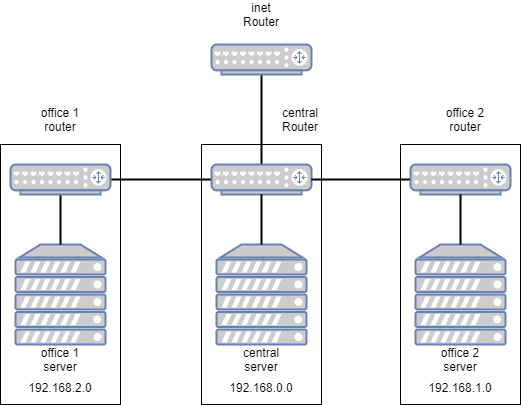
Earlier version of the draw.io export lab 1/Schema.png (AlexNik11/TCP_IP_MAI_Labs). Source tidied: cells renumbered, new cells last; positions are measured from the earlier drawing's top-left corner, leaving out a move shared by most shapes.
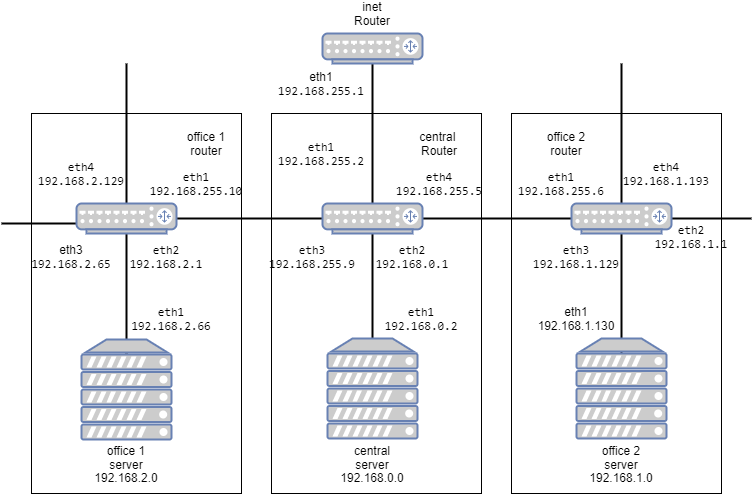
Later version of the same file.

The edit, as a diff of the source:
```diff
@@ -2,83 +2,143 @@
   <root>
     <mxCell id="0" />
     <mxCell id="1" parent="0" />
+    <mxCell id="3" style="rounded=0;whiteSpace=wrap;html=1;" parent="1" vertex="1">
+      <mxGeometry x="400" y="70" width="210" height="380" as="geometry" />
+    </mxCell>
+    <mxCell id="28" style="line;strokeWidth=2;html=1;" parent="1" vertex="1">
+      <mxGeometry x="540" y="170" width="100" height="10" as="geometry" />
+    </mxCell>
     <mxCell id="2" style="rounded=0;whiteSpace=wrap;html=1;" parent="1" vertex="1">
-      <mxGeometry x="201" y="140" width="120" height="260" as="geometry" />
+      <mxGeometry x="160" y="70" width="210" height="380" as="geometry" />
     </mxCell>
-    <mxCell id="3" style="rounded=0;whiteSpace=wrap;html=1;" parent="1" vertex="1">
-      <mxGeometry x="400" y="140" width="120" height="260" as="geometry" />
-    </mxCell>
     <mxCell id="4" style="rounded=0;whiteSpace=wrap;html=1;" parent="1" vertex="1">
-      <mxGeometry y="140" width="120" height="260" as="geometry" />
+      <mxGeometry x="-80" y="70" width="210" height="380" as="geometry" />
     </mxCell>
     <mxCell id="5" style="line;strokeWidth=2;direction=south;html=1;" parent="1" vertex="1">
-      <mxGeometry x="256" y="70" width="10" height="90" as="geometry" />
+      <mxGeometry x="256" y="20" width="10" height="140" as="geometry" />
     </mxCell>
-    <mxCell id="6" style="fontColor=#0066CC;verticalAlign=top;verticalLabelPosition=bottom;labelPosition=center;align=center;html=1;fillColor=#CCCCCC;strokeColor=#6881B3;gradientColor=none;gradientDirection=north;strokeWidth=2;shape=mxgraph.networks.server;" parent="1" vertex="1">
-      <mxGeometry x="15" y="240" width="90" height="100" as="geometry" />
-    </mxCell>
-    <mxCell id="7" style="fontColor=#0066CC;verticalAlign=top;verticalLabelPosition=bottom;labelPosition=center;align=center;html=1;fillColor=#CCCCCC;strokeColor=#6881B3;gradientColor=none;gradientDirection=north;strokeWidth=2;shape=mxgraph.networks.server;" parent="1" vertex="1">
-      <mxGeometry x="216" y="240" width="90" height="100" as="geometry" />
-    </mxCell>
-    <mxCell id="8" style="fontColor=#0066CC;verticalAlign=top;verticalLabelPosition=bottom;labelPosition=center;align=center;html=1;fillColor=#CCCCCC;strokeColor=#6881B3;gradientColor=none;gradientDirection=north;strokeWidth=2;shape=mxgraph.networks.router;" parent="1" vertex="1">
-      <mxGeometry x="211" y="160" width="100" height="30" as="geometry" />
-    </mxCell>
-    <mxCell id="9" style="fontColor=#0066CC;verticalAlign=top;verticalLabelPosition=bottom;labelPosition=center;align=center;html=1;fillColor=#CCCCCC;strokeColor=#6881B3;gradientColor=none;gradientDirection=north;strokeWidth=2;shape=mxgraph.networks.router;" parent="1" vertex="1">
-      <mxGeometry x="211" y="40" width="100" height="30" as="geometry" />
-    </mxCell>
     <mxCell id="10" style="line;strokeWidth=2;direction=south;html=1;" parent="1" vertex="1">
-      <mxGeometry x="55" y="190" width="10" height="50" as="geometry" />
+      <mxGeometry x="10" y="190" width="10" height="120" as="geometry" />
     </mxCell>
     <mxCell id="11" style="line;strokeWidth=2;direction=south;html=1;" parent="1" vertex="1">
-      <mxGeometry x="256" y="190" width="10" height="50" as="geometry" />
+      <mxGeometry x="256" y="190" width="10" height="110" as="geometry" />
     </mxCell>
     <mxCell id="12" style="line;strokeWidth=2;html=1;" parent="1" vertex="1">
-      <mxGeometry x="110" y="170" width="100" height="10" as="geometry" />
+      <mxGeometry x="40" y="170" width="190" height="10" as="geometry" />
     </mxCell>
     <mxCell id="13" style="line;strokeWidth=2;html=1;" parent="1" vertex="1">
-      <mxGeometry x="311" y="170" width="100" height="10" as="geometry" />
+      <mxGeometry x="290" y="170" width="200" height="10" as="geometry" />
     </mxCell>
-    <mxCell id="14" style="fontColor=#0066CC;verticalAlign=top;verticalLabelPosition=bottom;labelPosition=center;align=center;html=1;fillColor=#CCCCCC;strokeColor=#6881B3;gradientColor=none;gradientDirection=north;strokeWidth=2;shape=mxgraph.networks.server;" parent="1" vertex="1">
-      <mxGeometry x="415" y="240" width="90" height="100" as="geometry" />
-    </mxCell>
-    <mxCell id="15" style="fontColor=#0066CC;verticalAlign=top;verticalLabelPosition=bottom;labelPosition=center;align=center;html=1;fillColor=#CCCCCC;strokeColor=#6881B3;gradientColor=none;gradientDirection=north;strokeWidth=2;shape=mxgraph.networks.router;" parent="1" vertex="1">
-      <mxGeometry x="410" y="160" width="100" height="30" as="geometry" />
-    </mxCell>
     <mxCell id="16" style="line;strokeWidth=2;direction=south;html=1;" parent="1" vertex="1">
-      <mxGeometry x="455" y="190" width="10" height="50" as="geometry" />
+      <mxGeometry x="505" y="190" width="10" height="120" as="geometry" />
     </mxCell>
-    <mxCell id="17" style="fontColor=#0066CC;verticalAlign=top;verticalLabelPosition=bottom;labelPosition=center;align=center;html=1;fillColor=#CCCCCC;strokeColor=#6881B3;gradientColor=none;gradientDirection=north;strokeWidth=2;shape=mxgraph.networks.router;" parent="1" vertex="1">
-      <mxGeometry x="10" y="160" width="100" height="30" as="geometry" />
-    </mxCell>
     <mxCell id="18" value="inet Router" style="text;html=1;strokeColor=none;fillColor=none;align=center;verticalAlign=middle;whiteSpace=wrap;rounded=0;" parent="1" vertex="1">
-      <mxGeometry x="241" width="40" height="20" as="geometry" />
+      <mxGeometry x="241" y="-40" width="40" height="20" as="geometry" />
     </mxCell>
     <mxCell id="19" value="office 2 router" style="text;html=1;strokeColor=none;fillColor=none;align=center;verticalAlign=middle;whiteSpace=wrap;rounded=0;" parent="1" vertex="1">
-      <mxGeometry x="440" y="105" width="50" height="20" as="geometry" />
+      <mxGeometry x="430" y="90" width="50" height="20" as="geometry" />
     </mxCell>
-    <mxCell id="20" value="central &lt;br&gt;Router" style="text;html=1;strokeColor=none;fillColor=none;align=center;verticalAlign=middle;whiteSpace=wrap;rounded=0;" parent="1" vertex="1">
-      <mxGeometry x="280" y="105" width="40" height="20" as="geometry" />
-    </mxCell>
     <mxCell id="21" value="office 1 router" style="text;html=1;strokeColor=none;fillColor=none;align=center;verticalAlign=middle;whiteSpace=wrap;rounded=0;" parent="1" vertex="1">
-      <mxGeometry x="35" y="105" width="50" height="20" as="geometry" />
+      <mxGeometry x="70" y="90" width="50" height="20" as="geometry" />
     </mxCell>
     <mxCell id="22" value="office 1 server" style="text;html=1;strokeColor=none;fillColor=none;align=center;verticalAlign=middle;whiteSpace=wrap;rounded=0;" parent="1" vertex="1">
-      <mxGeometry x="35" y="345" width="50" height="20" as="geometry" />
+      <mxGeometry x="-10" y="404" width="50" height="20" as="geometry" />
     </mxCell>
     <mxCell id="23" value="central server" style="text;html=1;strokeColor=none;fillColor=none;align=center;verticalAlign=middle;whiteSpace=wrap;rounded=0;" parent="1" vertex="1">
-      <mxGeometry x="241" y="345" width="40" height="20" as="geometry" />
+      <mxGeometry x="241" y="404" width="40" height="20" as="geometry" />
     </mxCell>
     <mxCell id="24" value="office 2 server" style="text;html=1;strokeColor=none;fillColor=none;align=center;verticalAlign=middle;whiteSpace=wrap;rounded=0;" parent="1" vertex="1">
-      <mxGeometry x="435" y="345" width="50" height="20" as="geometry" />
+      <mxGeometry x="485" y="404" width="50" height="20" as="geometry" />
     </mxCell>
     <mxCell id="25" value="192.168.2.0" style="text;html=1;strokeColor=none;fillColor=none;align=center;verticalAlign=middle;whiteSpace=wrap;rounded=0;" parent="1" vertex="1">
-      <mxGeometry x="40" y="373" width="40" height="20" as="geometry" />
+      <mxGeometry x="-5" y="424" width="40" height="20" as="geometry" />
     </mxCell>
     <mxCell id="26" value="192.168.0.0" style="text;html=1;strokeColor=none;fillColor=none;align=center;verticalAlign=middle;whiteSpace=wrap;rounded=0;" parent="1" vertex="1">
-      <mxGeometry x="241" y="373" width="40" height="20" as="geometry" />
+      <mxGeometry x="241" y="424" width="40" height="20" as="geometry" />
     </mxCell>
     <mxCell id="27" value="192.168.1.0" style="text;html=1;strokeColor=none;fillColor=none;align=center;verticalAlign=middle;whiteSpace=wrap;rounded=0;" parent="1" vertex="1">
-      <mxGeometry x="440" y="373" width="40" height="20" as="geometry" />
+      <mxGeometry x="490" y="424" width="40" height="20" as="geometry" />
     </mxCell>
+    <mxCell id="29" value="eth1&lt;br&gt;&lt;code&gt;192.168.255.1&lt;/code&gt;" style="text;html=1;strokeColor=none;fillColor=none;align=center;verticalAlign=middle;whiteSpace=wrap;rounded=0;" parent="1" vertex="1">
+      <mxGeometry x="190" y="30" width="40" height="20" as="geometry" />
+    </mxCell>
+    <mxCell id="30" value="&lt;code&gt;eth1&lt;br&gt;192.168.2.66&lt;/code&gt;" style="text;html=1;strokeColor=none;fillColor=none;align=center;verticalAlign=middle;whiteSpace=wrap;rounded=0;" parent="1" vertex="1">
+      <mxGeometry x="40" y="265" width="40" height="20" as="geometry" />
+    </mxCell>
+    <mxCell id="31" value="&lt;code&gt;eth4&lt;br&gt;192.168.2.129&lt;/code&gt;" style="text;html=1;strokeColor=none;fillColor=none;align=center;verticalAlign=middle;whiteSpace=wrap;rounded=0;" parent="1" vertex="1">
+      <mxGeometry x="-50" y="120" width="40" height="20" as="geometry" />
+    </mxCell>
+    <mxCell id="32" value="&lt;code&gt;eth2&lt;br&gt;192.168.2.1&lt;/code&gt;" style="text;html=1;strokeColor=none;fillColor=none;align=center;verticalAlign=middle;whiteSpace=wrap;rounded=0;" parent="1" vertex="1">
+      <mxGeometry x="35" y="202.5" width="40" height="20" as="geometry" />
+    </mxCell>
+    <mxCell id="33" value="&lt;code&gt;eth2&lt;br&gt;&lt;code&gt;192.168.0.1&lt;/code&gt;&lt;br&gt;&lt;/code&gt;" style="text;html=1;strokeColor=none;fillColor=none;align=center;verticalAlign=middle;whiteSpace=wrap;rounded=0;" parent="1" vertex="1">
+      <mxGeometry x="281" y="202.5" width="40" height="20" as="geometry" />
+    </mxCell>
+    <mxCell id="34" value="&lt;code&gt;eth1&lt;br&gt;192.168.0.2&lt;/code&gt;" style="text;html=1;strokeColor=none;fillColor=none;align=center;verticalAlign=middle;whiteSpace=wrap;rounded=0;" parent="1" vertex="1">
+      <mxGeometry x="290" y="265" width="40" height="20" as="geometry" />
+    </mxCell>
+    <mxCell id="35" value="&lt;code&gt;&lt;code&gt;eth3&lt;br&gt;&lt;/code&gt;&lt;code&gt;192.168.1.129&lt;/code&gt;&lt;br&gt;&lt;/code&gt;" style="text;html=1;strokeColor=none;fillColor=none;align=center;verticalAlign=middle;whiteSpace=wrap;rounded=0;" parent="1" vertex="1">
+      <mxGeometry x="445" y="202.5" width="40" height="20" as="geometry" />
+    </mxCell>
+    <mxCell id="36" value="eth1&lt;br&gt;192.168.1.130" style="text;html=1;strokeColor=none;fillColor=none;align=center;verticalAlign=middle;whiteSpace=wrap;rounded=0;" parent="1" vertex="1">
+      <mxGeometry x="445" y="265" width="40" height="20" as="geometry" />
+    </mxCell>
+    <mxCell id="37" value="&lt;code&gt;eth3&lt;br&gt;&lt;code&gt;192.168.255.9&lt;/code&gt;&lt;br&gt;&lt;/code&gt;" style="text;html=1;strokeColor=none;fillColor=none;align=center;verticalAlign=middle;whiteSpace=wrap;rounded=0;" parent="1" vertex="1">
+      <mxGeometry x="181" y="202.5" width="40" height="20" as="geometry" />
+    </mxCell>
+    <mxCell id="38" value="&lt;code&gt;eth4&lt;br&gt;&lt;code&gt;192.168.255.5&lt;/code&gt;&lt;br&gt;&lt;/code&gt;" style="text;html=1;strokeColor=none;fillColor=none;align=center;verticalAlign=middle;whiteSpace=wrap;rounded=0;" parent="1" vertex="1">
+      <mxGeometry x="308" y="130" width="40" height="20" as="geometry" />
+    </mxCell>
+    <mxCell id="39" value="&lt;code&gt;eth1&lt;br&gt;192.168.255.2&lt;/code&gt;" style="text;html=1;strokeColor=none;fillColor=none;align=center;verticalAlign=middle;whiteSpace=wrap;rounded=0;" parent="1" vertex="1">
+      <mxGeometry x="190" y="100" width="40" height="20" as="geometry" />
+    </mxCell>
+    <mxCell id="20" value="central &lt;br&gt;Router" style="text;html=1;strokeColor=none;fillColor=none;align=center;verticalAlign=middle;whiteSpace=wrap;rounded=0;" parent="1" vertex="1">
+      <mxGeometry x="301" y="90" width="54" height="20" as="geometry" />
+    </mxCell>
+    <mxCell id="40" style="line;strokeWidth=2;direction=south;html=1;" parent="1" vertex="1">
+      <mxGeometry x="505" y="20" width="10" height="140" as="geometry" />
+    </mxCell>
+    <mxCell id="41" style="line;strokeWidth=2;direction=south;html=1;" parent="1" vertex="1">
+      <mxGeometry x="10" y="20" width="10" height="140" as="geometry" />
+    </mxCell>
+    <mxCell id="42" style="line;strokeWidth=2;html=1;" parent="1" vertex="1">
+      <mxGeometry x="-110" y="175" width="100" height="10" as="geometry" />
+    </mxCell>
+    <mxCell id="43" value="&lt;code&gt;eth1&lt;br&gt;&lt;code&gt;192.168.255.10&lt;/code&gt;&lt;br&gt;&lt;/code&gt;" style="text;html=1;strokeColor=none;fillColor=none;align=center;verticalAlign=middle;whiteSpace=wrap;rounded=0;" parent="1" vertex="1">
+      <mxGeometry x="65" y="130" width="40" height="20" as="geometry" />
+    </mxCell>
+    <mxCell id="44" value="eth3&lt;br&gt;&lt;code&gt;192.168.2.65&lt;/code&gt;" style="text;html=1;strokeColor=none;fillColor=none;align=center;verticalAlign=middle;whiteSpace=wrap;rounded=0;" parent="1" vertex="1">
+      <mxGeometry x="-60" y="202.5" width="40" height="20" as="geometry" />
+    </mxCell>
+    <mxCell id="45" value="&lt;code&gt;&lt;code&gt;eth1&lt;br&gt;192.168.255.6&lt;/code&gt;&lt;br&gt;&lt;/code&gt;" style="text;html=1;strokeColor=none;fillColor=none;align=center;verticalAlign=middle;whiteSpace=wrap;rounded=0;" parent="1" vertex="1">
+      <mxGeometry x="430" y="130" width="40" height="20" as="geometry" />
+    </mxCell>
+    <mxCell id="46" value="&lt;code&gt;eth2&lt;br&gt;192.168.1.1&lt;br&gt;&lt;/code&gt;" style="text;html=1;strokeColor=none;fillColor=none;align=center;verticalAlign=middle;whiteSpace=wrap;rounded=0;" parent="1" vertex="1">
+      <mxGeometry x="560" y="182.5" width="40" height="20" as="geometry" />
+    </mxCell>
+    <mxCell id="47" value="&lt;code&gt;&lt;code&gt;eth4&lt;br&gt;&lt;/code&gt;&lt;code&gt;192.168.1.193&lt;/code&gt;&lt;br&gt;&lt;/code&gt;" style="text;html=1;strokeColor=none;fillColor=none;align=center;verticalAlign=middle;whiteSpace=wrap;rounded=0;" parent="1" vertex="1">
+      <mxGeometry x="535" y="120" width="40" height="20" as="geometry" />
+    </mxCell>
+    <mxCell id="48" style="fontColor=#0066CC;verticalAlign=top;verticalLabelPosition=bottom;labelPosition=center;align=center;html=1;fillColor=#CCCCCC;strokeColor=#6881B3;gradientColor=none;gradientDirection=north;strokeWidth=2;shape=mxgraph.networks.router;" parent="1" vertex="1">
+      <mxGeometry x="211" y="-10" width="100" height="30" as="geometry" />
+    </mxCell>
+    <mxCell id="49" style="fontColor=#0066CC;verticalAlign=top;verticalLabelPosition=bottom;labelPosition=center;align=center;html=1;fillColor=#CCCCCC;strokeColor=#6881B3;gradientColor=none;gradientDirection=north;strokeWidth=2;shape=mxgraph.networks.server;" parent="1" vertex="1">
+      <mxGeometry x="-30" y="296" width="90" height="100" as="geometry" />
+    </mxCell>
+    <mxCell id="50" style="fontColor=#0066CC;verticalAlign=top;verticalLabelPosition=bottom;labelPosition=center;align=center;html=1;fillColor=#CCCCCC;strokeColor=#6881B3;gradientColor=none;gradientDirection=north;strokeWidth=2;shape=mxgraph.networks.router;" parent="1" vertex="1">
+      <mxGeometry x="460" y="160" width="100" height="30" as="geometry" />
+    </mxCell>
+    <mxCell id="8" style="fontColor=#0066CC;verticalAlign=top;verticalLabelPosition=bottom;labelPosition=center;align=center;html=1;fillColor=#CCCCCC;strokeColor=#6881B3;gradientColor=none;gradientDirection=north;strokeWidth=2;shape=mxgraph.networks.router;" parent="1" vertex="1">
+      <mxGeometry x="211" y="160" width="100" height="30" as="geometry" />
+    </mxCell>
+    <mxCell id="51" style="fontColor=#0066CC;verticalAlign=top;verticalLabelPosition=bottom;labelPosition=center;align=center;html=1;fillColor=#CCCCCC;strokeColor=#6881B3;gradientColor=none;gradientDirection=north;strokeWidth=2;shape=mxgraph.networks.router;" parent="1" vertex="1">
+      <mxGeometry x="-35" y="160" width="100" height="30" as="geometry" />
+    </mxCell>
+    <mxCell id="52" style="fontColor=#0066CC;verticalAlign=top;verticalLabelPosition=bottom;labelPosition=center;align=center;html=1;fillColor=#CCCCCC;strokeColor=#6881B3;gradientColor=none;gradientDirection=north;strokeWidth=2;shape=mxgraph.networks.server;" parent="1" vertex="1">
+      <mxGeometry x="216" y="295" width="90" height="100" as="geometry" />
+    </mxCell>
+    <mxCell id="53" style="fontColor=#0066CC;verticalAlign=top;verticalLabelPosition=bottom;labelPosition=center;align=center;html=1;fillColor=#CCCCCC;strokeColor=#6881B3;gradientColor=none;gradientDirection=north;strokeWidth=2;shape=mxgraph.networks.server;" parent="1" vertex="1">
+      <mxGeometry x="465" y="295" width="90" height="100" as="geometry" />
+    </mxCell>
   </root>
 </mxGraphModel>
```
